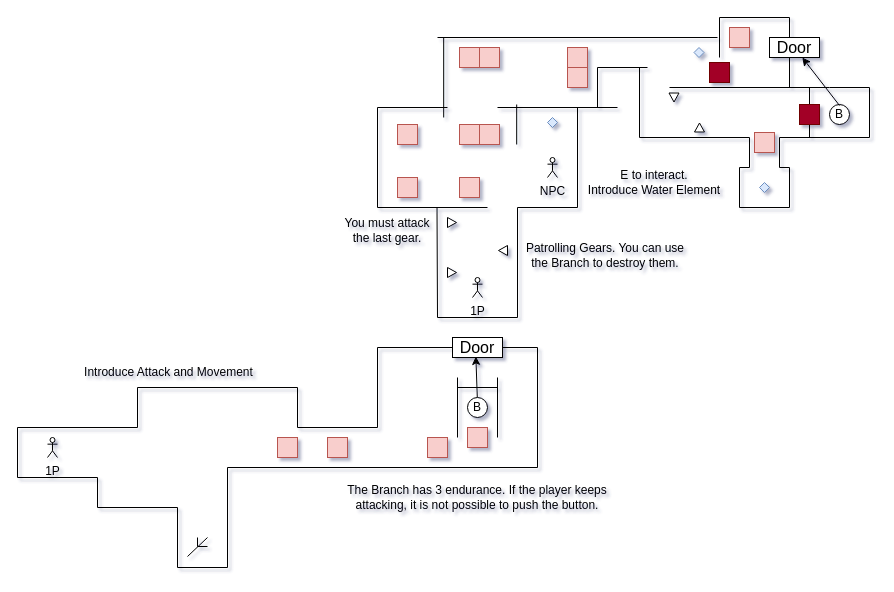
The draw.io diagram docs/Level Design/Level 01.drawio in blueloveTH/BlackAndWhite, before the edit. Source tidied: cells renumbered, new cells numbered last; positions are measured from the earlier drawing's top-left corner, leaving out a move shared by most shapes. Both pictures are drawn from the tidied source at 100%, with x=0, y=0 at pixel (17, 17).
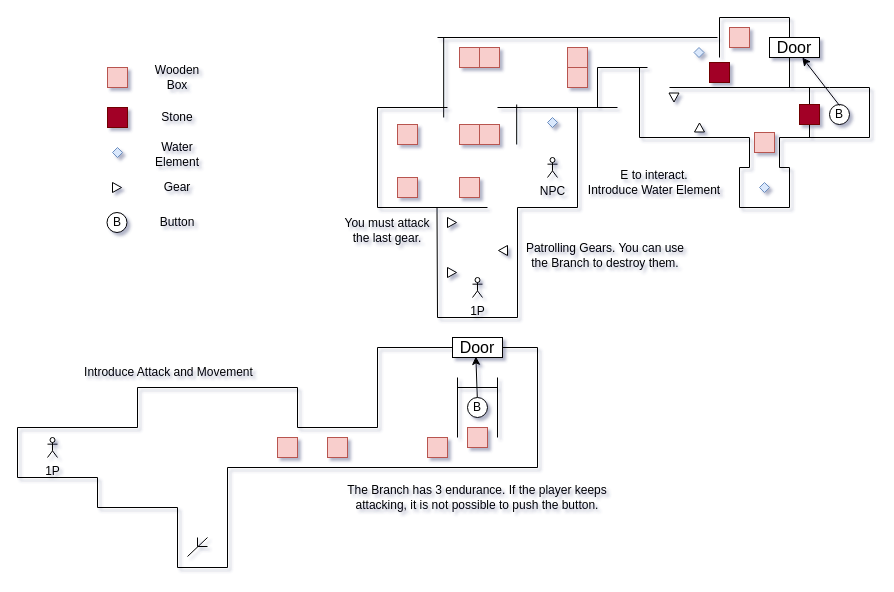
After the change.

What changed in the source:
```diff
@@
+    <mxCell id="96" style="whiteSpace=wrap;html=1;fillColor=#f8cecc;strokeColor=#b85450;" parent="1" vertex="1">
+      <mxGeometry x="90" y="50" width="20" height="20" as="geometry" />
+    </mxCell>
+    <mxCell id="97" value="Wooden Box" style="text;html=1;strokeColor=none;fillColor=none;align=center;verticalAlign=middle;whiteSpace=wrap;rounded=0;" parent="1" vertex="1">
+      <mxGeometry x="140" y="50" width="40" height="20" as="geometry" />
+    </mxCell>
+    <mxCell id="98" style="whiteSpace=wrap;html=1;fillColor=#a20025;strokeColor=#6F0000;fontColor=#ffffff;" parent="1" vertex="1">
+      <mxGeometry x="90" y="90" width="20" height="20" as="geometry" />
+    </mxCell>
+    <mxCell id="99" value="Stone" style="text;html=1;strokeColor=none;fillColor=none;align=center;verticalAlign=middle;whiteSpace=wrap;rounded=0;" parent="1" vertex="1">
+      <mxGeometry x="140" y="90" width="40" height="20" as="geometry" />
+    </mxCell>
+    <mxCell id="100" style="rhombus;whiteSpace=wrap;html=1;fillColor=#dae8fc;strokeColor=#6c8ebf;" parent="1" vertex="1">
+      <mxGeometry x="95" y="130" width="10" height="10" as="geometry" />
+    </mxCell>
+    <mxCell id="101" value="Water Element" style="text;html=1;strokeColor=none;fillColor=none;align=center;verticalAlign=middle;whiteSpace=wrap;rounded=0;" parent="1" vertex="1">
+      <mxGeometry x="140" y="127" width="40" height="20" as="geometry" />
+    </mxCell>
+    <mxCell id="102" style="triangle;whiteSpace=wrap;html=1;" parent="1" vertex="1">
+      <mxGeometry x="95" y="165" width="9" height="10" as="geometry" />
+    </mxCell>
+    <mxCell id="103" value="Gear" style="text;html=1;strokeColor=none;fillColor=none;align=center;verticalAlign=middle;whiteSpace=wrap;rounded=0;" parent="1" vertex="1">
+      <mxGeometry x="140" y="160" width="40" height="20" as="geometry" />
+    </mxCell>
+    <mxCell id="104" value="B" style="ellipse;whiteSpace=wrap;html=1;" parent="1" vertex="1">
+      <mxGeometry x="89.5" y="195" width="20" height="20" as="geometry" />
+    </mxCell>
+    <mxCell id="105" value="Button" style="text;html=1;strokeColor=none;fillColor=none;align=center;verticalAlign=middle;whiteSpace=wrap;rounded=0;" parent="1" vertex="1">
+      <mxGeometry x="140" y="195" width="40" height="20" as="geometry" />
+    </mxCell>
```
